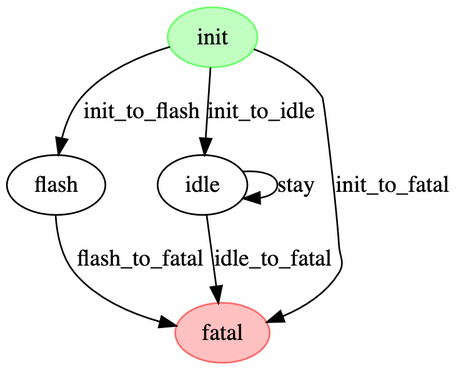
Before: assets/fsm/fsm.png, a diagram exported from Graphviz (eagletrt/lv-bms-sw). Its source is kept beside it as assets/fsm/fsm.dot.
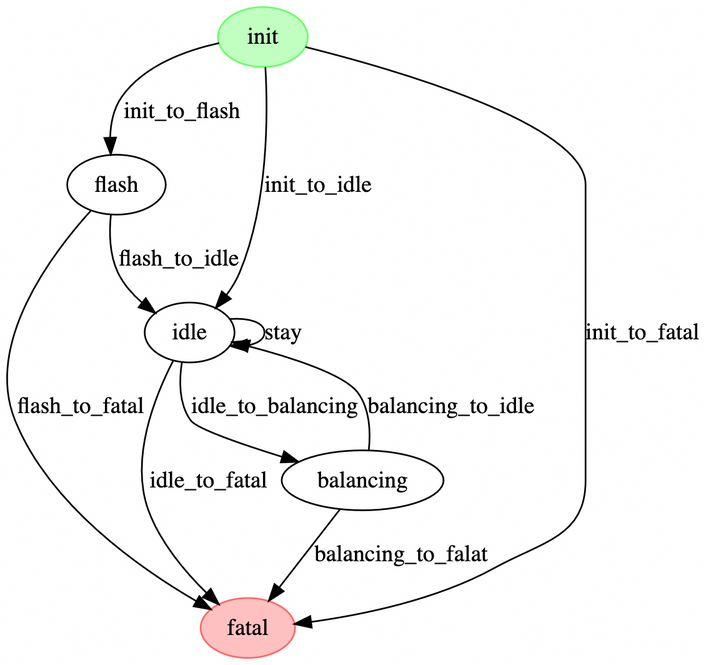
Above is the later version.

Commit message:
feat: add 'balancing' state and new transitions

Diff of the diagram source:
```diff
@@ -11,6 +11,7 @@
     ]
     flash
     idle
+    balancing
     fatal [
         style="filled"
         color="#ff6666"
@@ -20,7 +21,11 @@
     init -> idle [label="init_to_idle"]
     init -> flash [label="init_to_flash"]
     init -> fatal [label="init_to_fatal"]
+    flash -> idle [label="flash_to_idle"]
     flash -> fatal [label="flash_to_fatal"]
     idle -> idle [label="stay"]
+    idle -> balancing [label="idle_to_balancing"]
     idle -> fatal[label="idle_to_fatal"]
+    balancing -> idle [label="balancing_to_idle"]
+    balancing -> fatal [label="balancing_to_falat"]
 }
```
